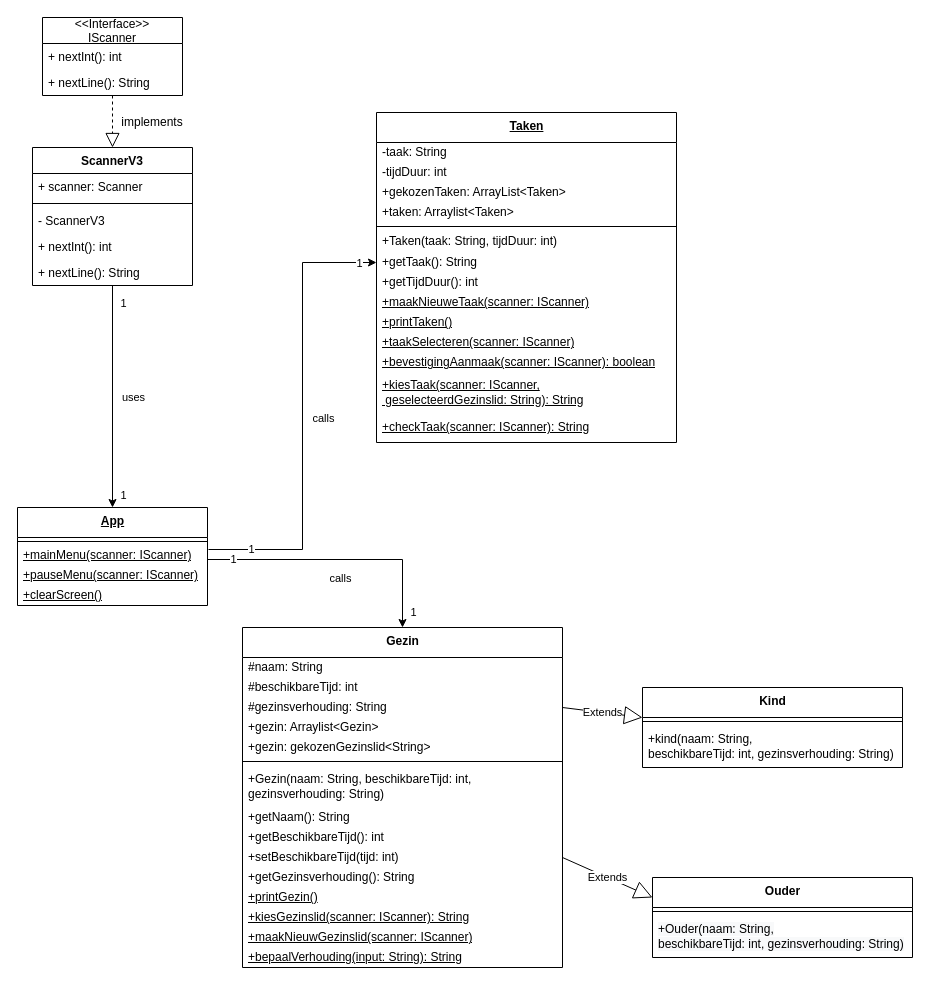
Before: uml.drawio in WesselMH/Roostermaker, a draw.io diagram. Source tidied: cells renumbered, new cells numbered last; positions are measured from the earlier drawing's top-left corner, leaving out a move shared by most shapes. Both pictures are drawn from the tidied source at 100%, with x=0, y=0 at pixel (17, 17).
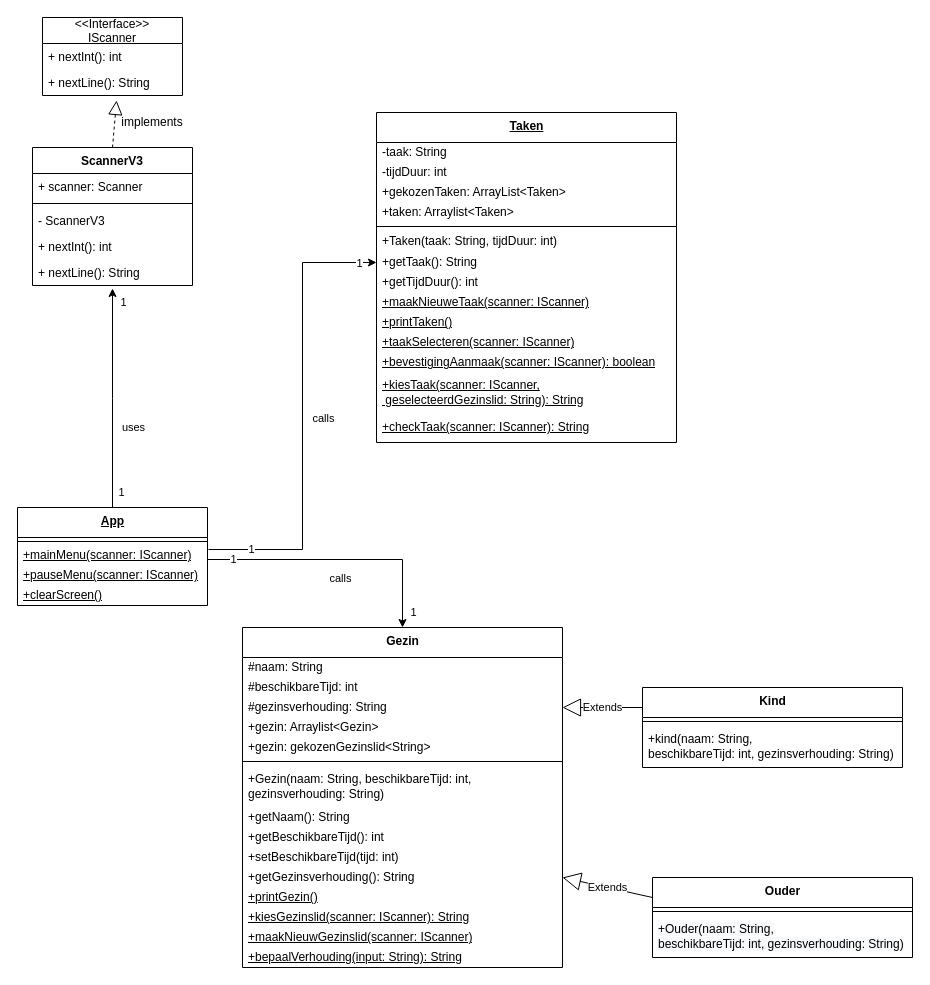
The same diagram, later.

Commit message:
uml aanpassing

The change refers to these unchanged cells:
```xml
<mxCell id="20" value="#gezinsverhouding: String" style="text;html=1;strokeColor=none;fillColor=none;align=left;verticalAlign=middle;spacingLeft=4;spacingRight=4;overflow=hidden;points=[[0,0.5],[1,0.5]];portConstraint=eastwest;" parent="17" vertex="1">
  <mxGeometry y="70" width="320" height="20" as="geometry" />
</mxCell>
<mxCell id="27" value="+setBeschikbareTijd(tijd: int)" style="text;html=1;strokeColor=none;fillColor=none;align=left;verticalAlign=middle;spacingLeft=4;spacingRight=4;overflow=hidden;points=[[0,0.5],[1,0.5]];portConstraint=eastwest;" parent="17" vertex="1">
  <mxGeometry y="220" width="320" height="20" as="geometry" />
</mxCell>
<mxCell id="28" value="+getGezinsverhouding(): String" style="text;html=1;strokeColor=none;fillColor=none;align=left;verticalAlign=middle;spacingLeft=4;spacingRight=4;overflow=hidden;points=[[0,0.5],[1,0.5]];portConstraint=eastwest;" parent="17" vertex="1">
  <mxGeometry y="240" width="320" height="20" as="geometry" />
</mxCell>
<mxCell id="33" value="&lt;b&gt;Kind&lt;/b&gt;" style="swimlane;fontStyle=0;align=center;verticalAlign=top;horizontal=1;startSize=30;html=1;" parent="1" vertex="1">
  <mxGeometry x="625" y="670" width="260" height="80" as="geometry" />
</mxCell>
<mxCell id="34" style="line;strokeWidth=1;fillColor=none;align=left;verticalAlign=middle;spacingTop=-1;spacingLeft=3;spacingRight=3;labelPosition=right;points=[];portConstraint=eastwest;" parent="33" vertex="1">
  <mxGeometry y="30" width="260" height="8" as="geometry" />
</mxCell>
<mxCell id="36" value="&lt;b&gt;Ouder&lt;/b&gt;" style="swimlane;fontStyle=0;align=center;verticalAlign=top;horizontal=1;startSize=30;html=1;" parent="1" vertex="1">
  <mxGeometry x="635" y="860" width="260" height="80" as="geometry" />
</mxCell>
<mxCell id="39" value="&lt;b&gt;App&lt;/b&gt;" style="swimlane;fontStyle=4;align=center;verticalAlign=top;horizontal=1;startSize=30;html=1;" parent="1" vertex="1">
  <mxGeometry y="490" width="190" height="98" as="geometry" />
</mxCell>
<mxCell id="48" value="ScannerV3" style="swimlane;fontStyle=1;align=center;verticalAlign=top;horizontal=1;startSize=26;" parent="1" vertex="1">
  <mxGeometry x="15" y="130" width="160" height="138" as="geometry" />
</mxCell>
<mxCell id="56" value="+ nextLine(): String" style="text;strokeColor=none;fillColor=none;align=left;verticalAlign=top;spacingLeft=4;spacingRight=4;overflow=hidden;points=[[0,0.5],[1,0.5]];portConstraint=eastwest;" parent="54" vertex="1">
  <mxGeometry y="52" width="140" height="26" as="geometry" />
</mxCell>
```

The edit, as a diff of the source:
```diff
@@
-    <mxCell id="44" style="edgeStyle=orthogonalEdgeStyle;rounded=0;jettySize=auto;html=1;entryX=0.5;entryY=0;entryDx=0;entryDy=0;" parent="1" edge="1" source="48" target="39">
-      <mxGeometry relative="1" as="geometry" />
+    <mxCell id="44" style="edgeStyle=orthogonalEdgeStyle;rounded=0;jettySize=auto;html=1;exitX=0.5;exitY=0;exitDx=0;exitDy=0;" parent="1" edge="1" source="39">
+      <mxGeometry relative="1" as="geometry">
+        <mxPoint x="95" y="271" as="targetPoint" />
+      </mxGeometry>
     </mxCell>
@@
-    <mxCell id="57" style="endArrow=block;dashed=1;endFill=0;endSize=12;html=1;exitX=0.5;exitY=1;exitDx=0;exitDy=0;exitPerimeter=0;" parent="1" edge="1" source="56" target="48">
+    <mxCell id="57" style="endArrow=block;dashed=1;endFill=0;endSize=12;html=1;entryX=0.529;entryY=1.192;entryDx=0;entryDy=0;entryPerimeter=0;exitX=0.5;exitY=0;exitDx=0;exitDy=0;" parent="1" edge="1" source="48" target="56">
       <mxGeometry relative="1" as="geometry" />
     </mxCell>
@@
-    <mxCell id="67" value="Extends" style="endArrow=block;endSize=16;endFill=0;html=1;exitX=1;exitY=0.5;exitDx=0;exitDy=0;entryX=0;entryY=0;entryDx=0;entryDy=0;entryPerimeter=0;" parent="1" edge="1" source="20" target="34">
+    <mxCell id="67" value="Extends" style="endArrow=block;endSize=16;endFill=0;html=1;exitX=0;exitY=0.25;exitDx=0;exitDy=0;entryX=1;entryY=0.5;entryDx=0;entryDy=0;" parent="1" edge="1" source="33" target="20">
       <mxGeometry relative="1" as="geometry" />
     </mxCell>
-    <mxCell id="68" value="Extends" style="endArrow=block;endSize=16;endFill=0;html=1;exitX=1;exitY=0.5;exitDx=0;exitDy=0;entryX=0;entryY=0.25;entryDx=0;entryDy=0;" parent="1" edge="1" source="27" target="36">
+    <mxCell id="68" value="Extends" style="endArrow=block;endSize=16;endFill=0;html=1;exitX=0;exitY=0.25;exitDx=0;exitDy=0;entryX=1;entryY=0.5;entryDx=0;entryDy=0;" parent="1" edge="1" source="36" target="28">
       <mxGeometry relative="1" as="geometry" />
     </mxCell>
```
